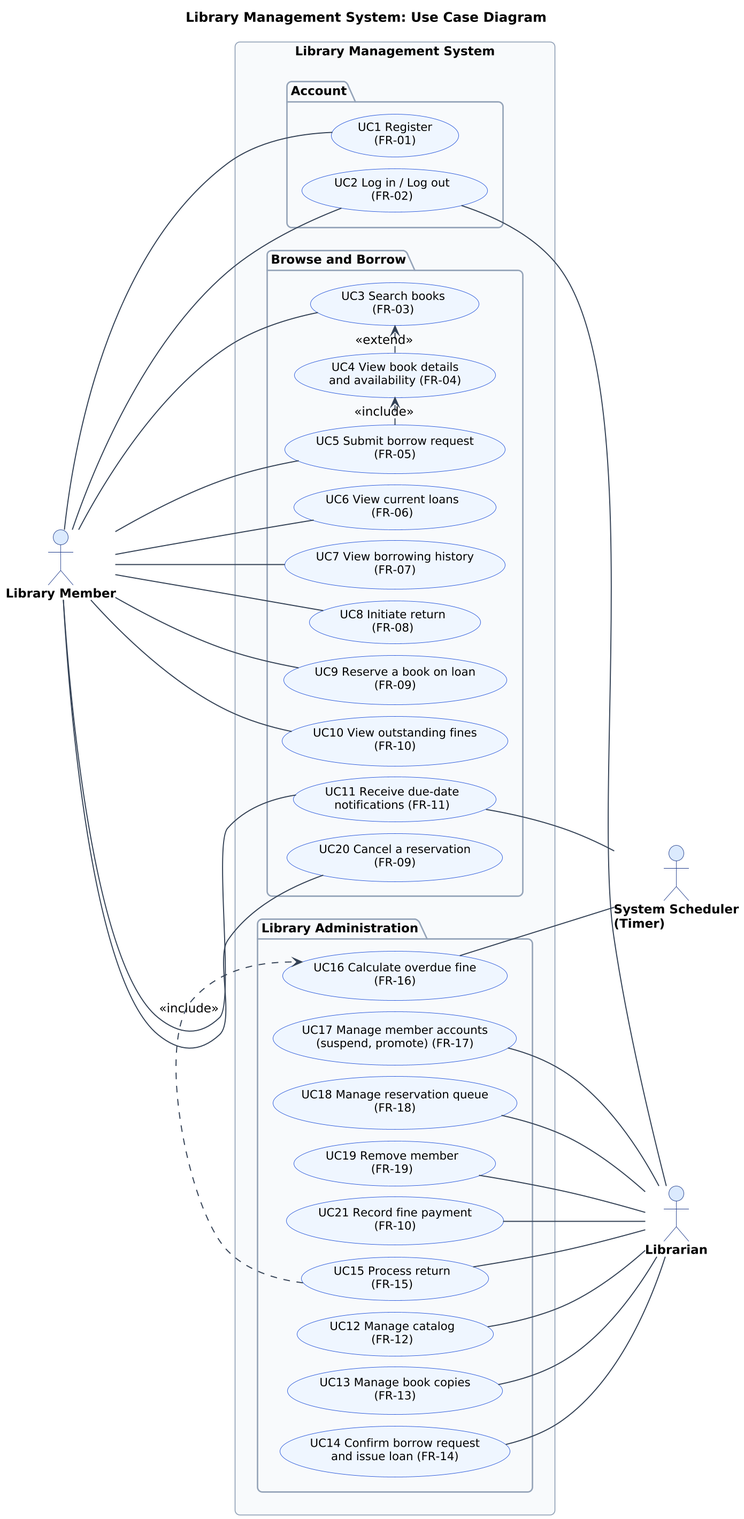
Above: diagrams/use-case-diagram.png in Hassan3443/library-management-system (PlantUML), before the change.
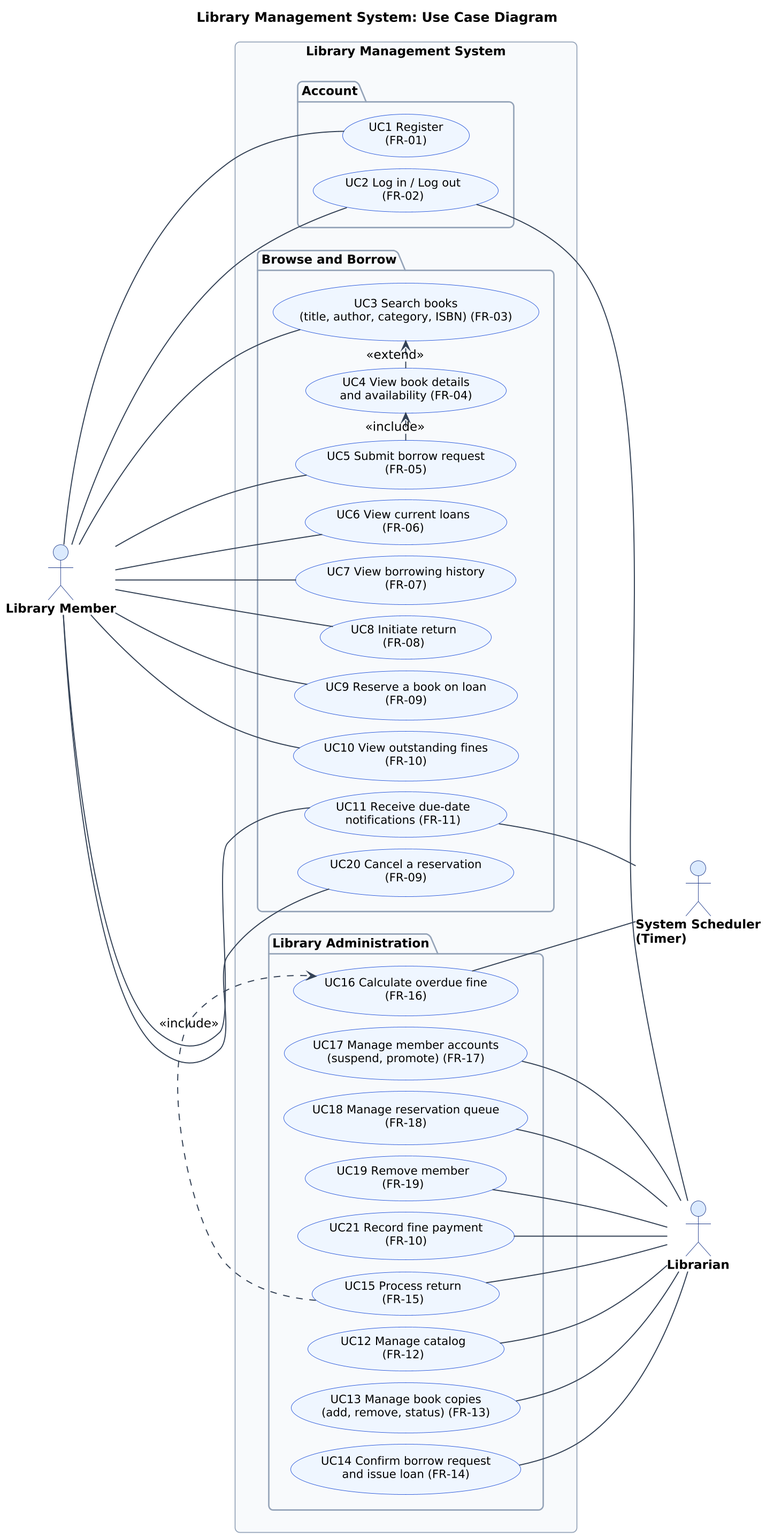
Above is the later version.

Commit message:
Spec: ISBN in FR-03/UC3, copy add/remove in FR-13/UC13, class removeCopy and setCopyCount

Change to the diagram source:
```diff
@@ -15,7 +15,7 @@
     usecase "UC2 Log in / Log out\n(FR-02)" as UC2
   }
   package "Browse and Borrow" {
-    usecase "UC3 Search books\n(FR-03)" as UC3
+    usecase "UC3 Search books\n(title, author, category, ISBN) (FR-03)" as UC3
     usecase "UC4 View book details\nand availability (FR-04)" as UC4
     usecase "UC5 Submit borrow request\n(FR-05)" as UC5
     usecase "UC6 View current loans\n(FR-06)" as UC6
@@ -28,7 +28,7 @@
   }
   package "Library Administration" {
     usecase "UC12 Manage catalog\n(FR-12)" as UC12
-    usecase "UC13 Manage book copies\n(FR-13)" as UC13
+    usecase "UC13 Manage book copies\n(add, remove, status) (FR-13)" as UC13
     usecase "UC14 Confirm borrow request\nand issue loan (FR-14)" as UC14
     usecase "UC15 Process return\n(FR-15)" as UC15
     usecase "UC16 Calculate overdue fine\n(FR-16)" as UC16
```
